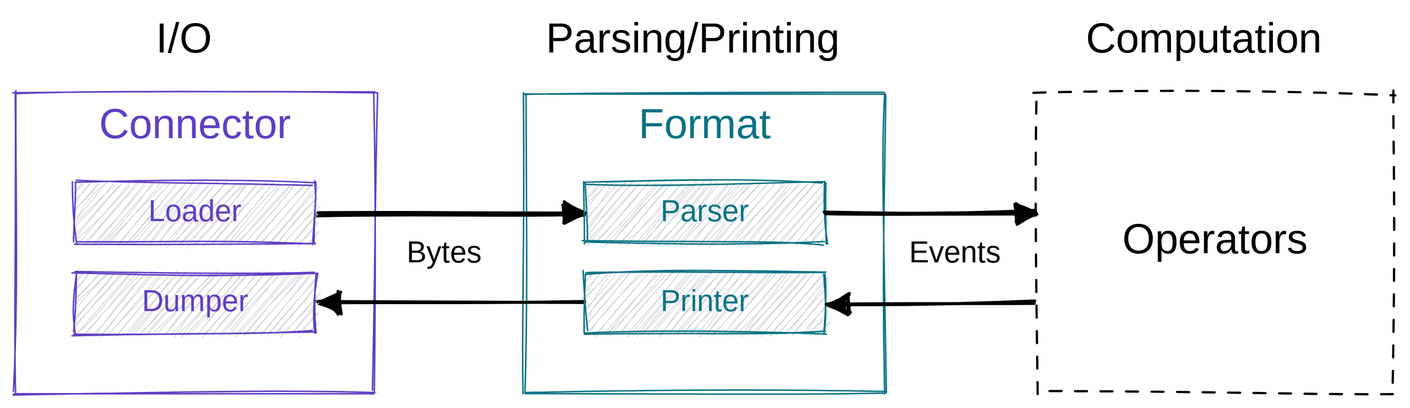
Above: web/docs/understand/connector-format.excalidraw.svg in tenzir/tenzir (Excalidraw), before the change. Source tidied: one line per element, renumbered; positions are measured from the earlier drawing's top-left corner, leaving out a move shared by most shapes. The source it was exported from:
```json
{"id": 0, "type": "rectangle", "strokeColor": "#000000", "strokeWidth": 1, "strokeStyle": "dashed", "roughness": 1, "x": 680, "y": 52, "width": 240, "height": 200}
{"id": 1, "type": "text", "text": "Operators", "strokeColor": "#000000", "strokeWidth": 1, "roughness": 1, "fontSize": 28, "fontFamily": 1, "textAlign": "center", "verticalAlign": "middle", "inside": 0, "x": 730, "y": 134, "width": 141, "height": 36}
{"id": 2, "type": "rectangle", "strokeColor": "#0b7285", "strokeWidth": 1, "roughness": 1, "x": 340, "y": 52, "width": 240, "height": 200}
{"id": 3, "type": "text", "text": "Format", "strokeColor": "#0b7285", "strokeWidth": 1, "roughness": 1, "fontSize": 28, "fontFamily": 1, "textAlign": "center", "inside": 2, "x": 411, "y": 57, "width": 98, "height": 36}
{"id": 4, "type": "rectangle", "strokeColor": "#5f3dc4", "strokeWidth": 1, "roughness": 1, "x": 0, "y": 52, "width": 240, "height": 200}
{"id": 5, "type": "text", "text": "Connector", "strokeColor": "#5f3dc4", "strokeWidth": 1, "roughness": 1, "fontSize": 28, "fontFamily": 1, "textAlign": "center", "inside": 4, "x": 53, "y": 57, "width": 134, "height": 36}
{"id": 6, "type": "text", "text": "Bytes", "strokeColor": "#000000", "strokeWidth": 1, "roughness": 1, "fontSize": 20, "fontFamily": 1, "x": 261, "y": 147, "width": 59, "height": 25}
{"id": 7, "type": "arrow", "strokeColor": "#000000", "strokeWidth": 2, "roughness": 1, "endArrowhead": "triangle", "from": 13, "to": 9, "x": 201, "y": 132, "width": 178, "height": 0, "points": [[0, 0], [178, 0]]}
{"id": 8, "type": "arrow", "strokeColor": "#000000", "strokeWidth": 2, "roughness": 1, "startArrowhead": "triangle", "from": 15, "to": 11, "x": 201, "y": 192, "width": 178, "height": 0, "points": [[0, 0], [178, 0]]}
{"id": 9, "type": "rectangle", "strokeColor": "#0b7285", "backgroundColor": "#ced4da", "fillStyle": "hachure", "strokeWidth": 1, "roughness": 1, "x": 380, "y": 112, "width": 160, "height": 40}
{"id": 10, "type": "text", "text": "Parser", "strokeColor": "#0b7285", "strokeWidth": 1, "roughness": 1, "fontSize": 20, "fontFamily": 1, "textAlign": "center", "verticalAlign": "middle", "inside": 9, "x": 426, "y": 120, "width": 68, "height": 25}
{"id": 11, "type": "rectangle", "strokeColor": "#0b7285", "backgroundColor": "#ced4da", "fillStyle": "hachure", "strokeWidth": 1, "roughness": 1, "x": 380, "y": 172, "width": 160, "height": 40}
{"id": 12, "type": "text", "text": "Printer", "strokeColor": "#0b7285", "strokeWidth": 1, "roughness": 1, "fontSize": 20, "fontFamily": 1, "textAlign": "center", "verticalAlign": "middle", "inside": 11, "x": 426, "y": 180, "width": 68, "height": 25}
{"id": 13, "type": "rectangle", "strokeColor": "#5f3dc4", "backgroundColor": "#ced4da", "fillStyle": "hachure", "strokeWidth": 1, "roughness": 1, "x": 40, "y": 112, "width": 160, "height": 40}
{"id": 14, "type": "text", "text": "Loader", "strokeColor": "#5f3dc4", "strokeWidth": 1, "roughness": 1, "fontSize": 20, "fontFamily": 1, "textAlign": "center", "verticalAlign": "middle", "inside": 13, "x": 86, "y": 120, "width": 69, "height": 25}
{"id": 15, "type": "rectangle", "strokeColor": "#5f3dc4", "backgroundColor": "#ced4da", "fillStyle": "hachure", "strokeWidth": 1, "roughness": 1, "x": 40, "y": 172, "width": 160, "height": 40}
{"id": 16, "type": "text", "text": "Dumper", "strokeColor": "#5f3dc4", "strokeWidth": 1, "roughness": 1, "fontSize": 20, "fontFamily": 1, "textAlign": "center", "verticalAlign": "middle", "inside": 15, "x": 84, "y": 180, "width": 71, "height": 25}
{"id": 17, "type": "arrow", "strokeColor": "#000000", "strokeWidth": 2, "roughness": 1, "endArrowhead": "triangle", "from": 9, "to": 0, "x": 541, "y": 132, "width": 139, "height": 0, "points": [[0, 0], [139, 0]]}
{"id": 18, "type": "arrow", "strokeColor": "#000000", "strokeWidth": 2, "roughness": 1, "startArrowhead": "triangle", "from": 11, "to": 0, "x": 541, "y": 192, "width": 138, "height": 0, "points": [[0, 0], [138, 0]]}
{"id": 19, "type": "text", "text": "I/O", "strokeColor": "#000000", "strokeWidth": 1, "roughness": 1, "fontSize": 28, "fontFamily": 1, "x": 94, "y": 0, "width": 52, "height": 36}
{"id": 20, "type": "text", "text": "Events", "strokeColor": "#000000", "strokeWidth": 1, "roughness": 1, "fontSize": 20, "fontFamily": 1, "x": 596, "y": 147, "width": 68, "height": 25}
{"id": 21, "type": "text", "text": "Parsing/Printing", "strokeColor": "#000000", "strokeWidth": 1, "roughness": 1, "fontSize": 28, "fontFamily": 1, "x": 354, "y": 0, "width": 212, "height": 36}
{"id": 22, "type": "text", "text": "Computation", "strokeColor": "#000000", "strokeWidth": 1, "roughness": 1, "fontSize": 28, "fontFamily": 1, "x": 714, "y": 0, "width": 168, "height": 36}
```
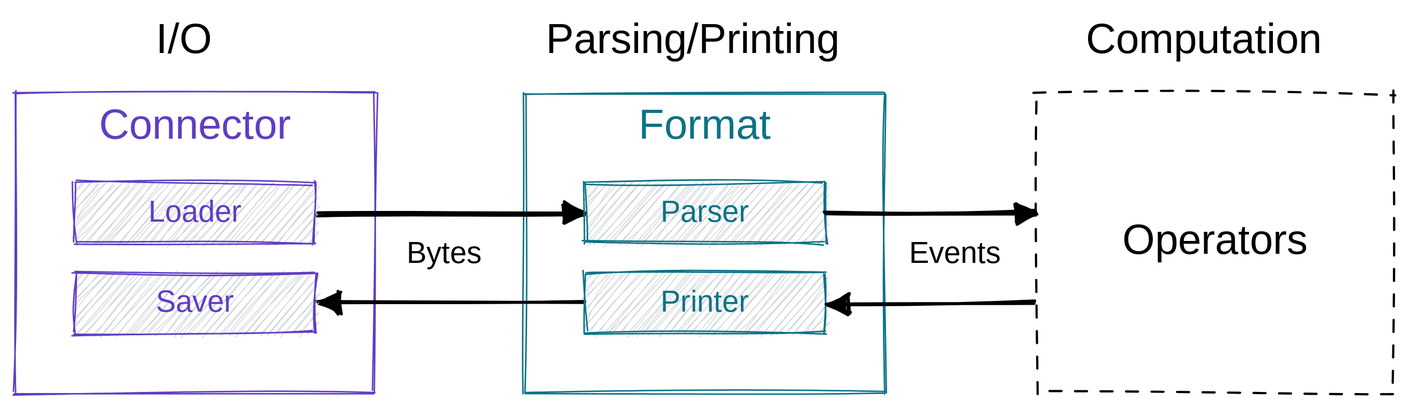
Above is the later version.

Commit message:
Rename remnants of "dumper" to "saver"

Change to the diagram source:
```diff
@@ -14,7 +14,7 @@
 {"id": 13, "type": "rectangle", "strokeColor": "#5f3dc4", "backgroundColor": "#ced4da", "fillStyle": "hachure", "strokeWidth": 1, "roughness": 1, "x": 40, "y": 112, "width": 160, "height": 40}
 {"id": 14, "type": "text", "text": "Loader", "strokeColor": "#5f3dc4", "strokeWidth": 1, "roughness": 1, "fontSize": 20, "fontFamily": 1, "textAlign": "center", "verticalAlign": "middle", "inside": 13, "x": 86, "y": 120, "width": 69, "height": 25}
 {"id": 15, "type": "rectangle", "strokeColor": "#5f3dc4", "backgroundColor": "#ced4da", "fillStyle": "hachure", "strokeWidth": 1, "roughness": 1, "x": 40, "y": 172, "width": 160, "height": 40}
-{"id": 16, "type": "text", "text": "Dumper", "strokeColor": "#5f3dc4", "strokeWidth": 1, "roughness": 1, "fontSize": 20, "fontFamily": 1, "textAlign": "center", "verticalAlign": "middle", "inside": 15, "x": 84, "y": 180, "width": 71, "height": 25}
+{"id": 16, "type": "text", "text": "Saver", "strokeColor": "#5f3dc4", "strokeWidth": 1, "roughness": 1, "fontSize": 20, "fontFamily": 1, "textAlign": "center", "verticalAlign": "middle", "inside": 15, "x": 92, "y": 180, "width": 55, "height": 25}
 {"id": 17, "type": "arrow", "strokeColor": "#000000", "strokeWidth": 2, "roughness": 1, "endArrowhead": "triangle", "from": 9, "to": 0, "x": 541, "y": 132, "width": 139, "height": 0, "points": [[0, 0], [139, 0]]}
 {"id": 18, "type": "arrow", "strokeColor": "#000000", "strokeWidth": 2, "roughness": 1, "startArrowhead": "triangle", "from": 11, "to": 0, "x": 541, "y": 192, "width": 138, "height": 0, "points": [[0, 0], [138, 0]]}
 {"id": 19, "type": "text", "text": "I/O", "strokeColor": "#000000", "strokeWidth": 1, "roughness": 1, "fontSize": 28, "fontFamily": 1, "x": 94, "y": 0, "width": 52, "height": 36}
```
